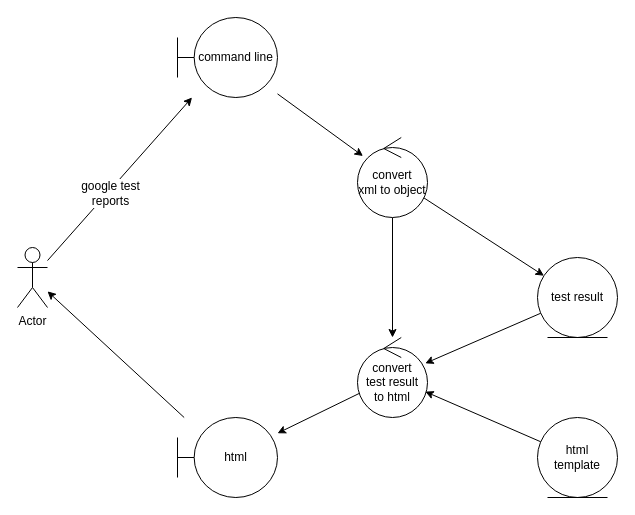
Above: page "Robust" (1 of 2) of google_test/gtest2html/doc/design/gtest2html_software.drawio in CountrySideEngineer/TestSupportTools (draw.io), before the change. Source tidied: cells renumbered, new cells numbered last; positions are measured from the earlier drawing's top-left corner, leaving out a move shared by most shapes. Both pictures are drawn from the tidied source at 100%, with x=0, y=0 at pixel (17, 17).
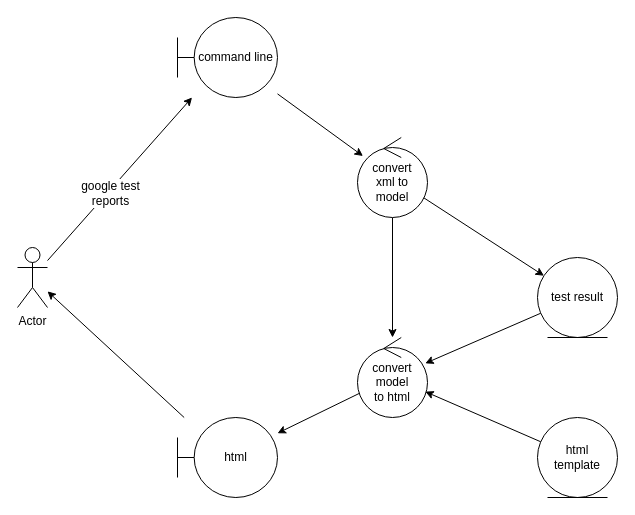
Above is the later version.

What changed in the source:
```diff
@@
 <mxGraphModel>
   <root>
     <mxCell id="0" />
     <mxCell id="1" parent="0" />
     <mxCell id="2" style="rounded=0;jettySize=auto;html=1;" parent="1" edge="1" source="5" target="7">
       <mxGeometry relative="1" as="geometry" />
     </mxCell>
     <mxCell id="3" value="google test&lt;br&gt;reports" style="text;html=1;align=center;verticalAlign=middle;labelBackgroundColor=#ffffff;" parent="2" vertex="1">
       <mxGeometry x="-0.16" y="-2" relative="1" as="geometry" />
     </mxCell>
     <mxCell id="4" style="edgeStyle=none;rounded=0;jettySize=auto;html=1;startArrow=classic;startFill=1;endArrow=none;endFill=0;" parent="1" edge="1" source="5" target="17">
       <mxGeometry relative="1" as="geometry" />
     </mxCell>
     <mxCell id="5" value="Actor" style="shape=umlActor;verticalLabelPosition=bottom;labelBackgroundColor=#ffffff;verticalAlign=top;html=1;" parent="1" vertex="1">
       <mxGeometry y="230" width="30" height="60" as="geometry" />
     </mxCell>
     <mxCell id="6" style="edgeStyle=none;rounded=0;jettySize=auto;html=1;" parent="1" edge="1" source="7" target="10">
       <mxGeometry relative="1" as="geometry" />
     </mxCell>
     <mxCell id="7" value="command line" style="shape=umlBoundary;whiteSpace=wrap;html=1;" parent="1" vertex="1">
       <mxGeometry x="160" width="100" height="80" as="geometry" />
     </mxCell>
     <mxCell id="8" style="edgeStyle=none;rounded=0;jettySize=auto;html=1;" parent="1" edge="1" source="10" target="12">
       <mxGeometry relative="1" as="geometry" />
     </mxCell>
     <mxCell id="9" style="edgeStyle=none;rounded=0;jettySize=auto;html=1;" parent="1" edge="1" source="10" target="14">
       <mxGeometry relative="1" as="geometry" />
     </mxCell>
-    <mxCell id="10" value="convert&lt;br&gt;xml to object" style="ellipse;shape=umlControl;whiteSpace=wrap;html=1;" parent="1" vertex="1">
+    <mxCell id="10" value="convert&lt;br&gt;xml to&lt;br&gt;model" style="ellipse;shape=umlControl;whiteSpace=wrap;html=1;" parent="1" vertex="1">
       <mxGeometry x="340" y="120" width="70" height="80" as="geometry" />
     </mxCell>
     <mxCell id="11" style="edgeStyle=none;rounded=0;jettySize=auto;html=1;" parent="1" edge="1" source="12" target="14">
       <mxGeometry relative="1" as="geometry" />
     </mxCell>
     <mxCell id="12" value="test result" style="ellipse;shape=umlEntity;whiteSpace=wrap;html=1;" parent="1" vertex="1">
       <mxGeometry x="520" y="240" width="80" height="80" as="geometry" />
     </mxCell>
     <mxCell id="13" style="edgeStyle=none;rounded=0;jettySize=auto;html=1;" parent="1" edge="1" source="14" target="17">
       <mxGeometry relative="1" as="geometry" />
     </mxCell>
-    <mxCell id="14" value="convert&lt;br&gt;test result&lt;br&gt;to html" style="ellipse;shape=umlControl;whiteSpace=wrap;html=1;" parent="1" vertex="1">
+    <mxCell id="14" value="convert&lt;br&gt;model&lt;br&gt;to html" style="ellipse;shape=umlControl;whiteSpace=wrap;html=1;" parent="1" vertex="1">
       <mxGeometry x="340" y="320" width="70" height="80" as="geometry" />
     </mxCell>
     <mxCell id="15" style="edgeStyle=none;rounded=0;jettySize=auto;html=1;" parent="1" edge="1" source="16" target="14">
       <mxGeometry relative="1" as="geometry" />
     </mxCell>
     <mxCell id="16" value="html&lt;br&gt;template" style="ellipse;shape=umlEntity;whiteSpace=wrap;html=1;" parent="1" vertex="1">
       <mxGeometry x="520" y="400" width="80" height="80" as="geometry" />
     </mxCell>
     <mxCell id="17" value="html" style="shape=umlBoundary;whiteSpace=wrap;html=1;" parent="1" vertex="1">
       <mxGeometry x="160" y="400" width="100" height="80" as="geometry" />
     </mxCell>
   </root>
 </mxGraphModel>
```
